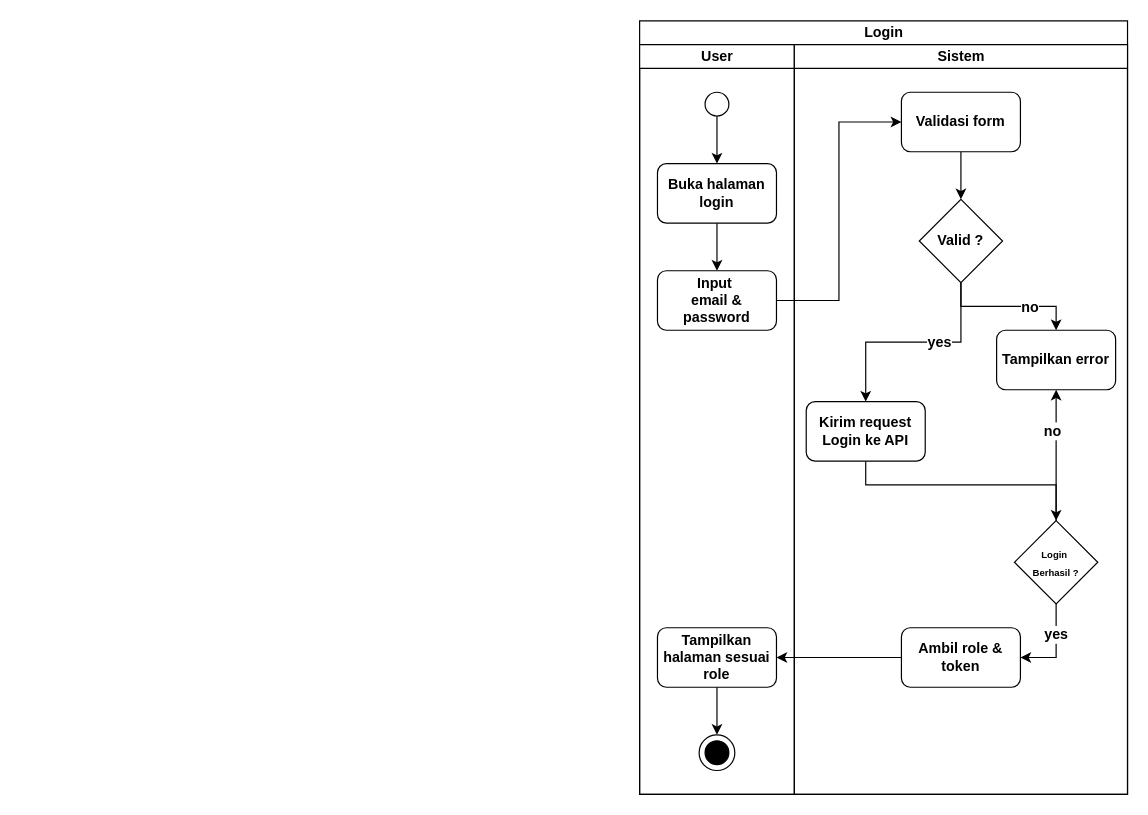
RIOKOWI/warmindo_purnama_flutter keeps this draw.io diagram as page "login" (19 of 19) of assets/uml/activity-diagram.drawio. Above is the earlier version. Source tidied: cells renumbered, new cells numbered last; positions are measured from the earlier drawing's top-left corner, leaving out a move shared by most shapes. Both pictures are drawn from the tidied source at 119%, with x=0, y=0 at pixel (20, 20).
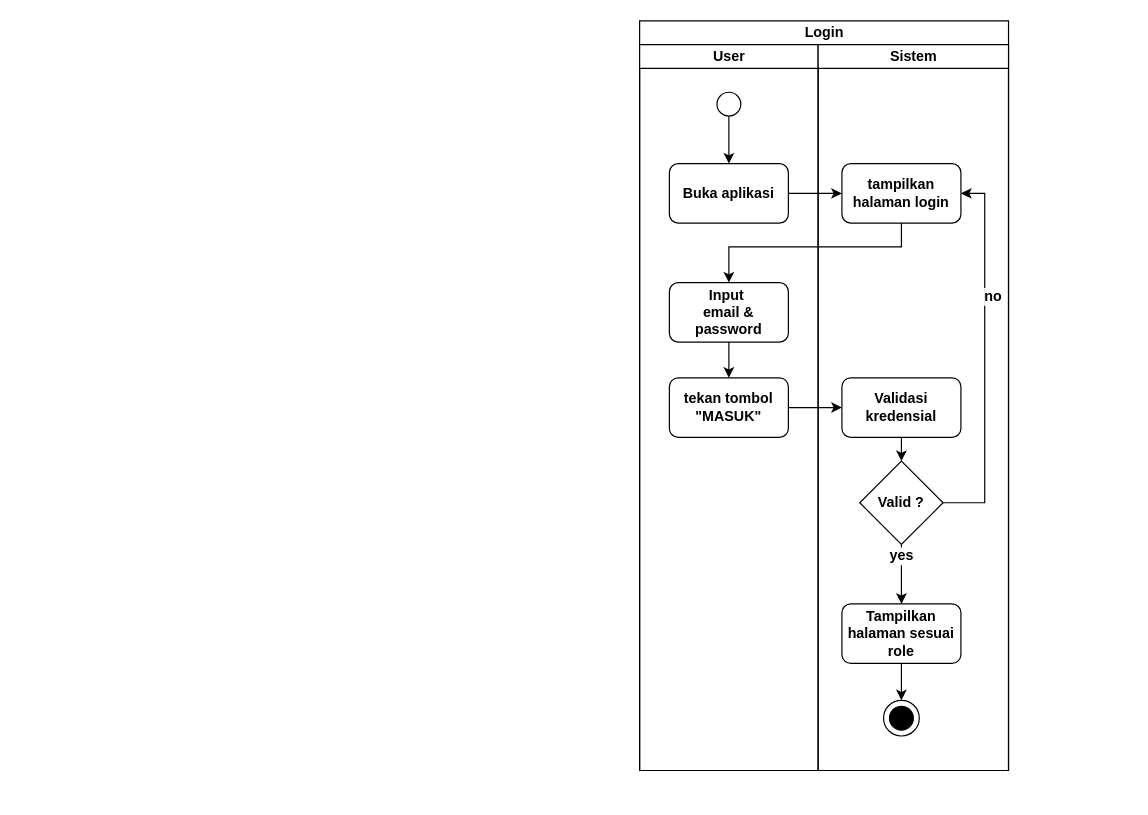
The same diagram, later.

Commit message (it also covers changes not shown here):
docs(uml): refactor activity diagram login

Diff of the diagram source:
```diff
@@
     <mxCell id="3" value="Login" style="swimlane;startSize=20;html=1;" parent="1" vertex="1">
-      <mxGeometry x="520" width="410" height="650" as="geometry" />
+      <mxGeometry x="520" width="310" height="630" as="geometry" />
     </mxCell>
     <mxCell id="4" value="User" style="swimlane;startSize=20;html=1;" parent="3" vertex="1">
-      <mxGeometry y="20" width="130" height="630" as="geometry" />
+      <mxGeometry y="20" width="150" height="610" as="geometry" />
     </mxCell>
@@
     <mxCell id="6" style="ellipse;whiteSpace=wrap;html=1;strokeColor=default;align=center;verticalAlign=middle;fontFamily=Helvetica;fontSize=12;fontColor=default;fontStyle=1;fillColor=default;" parent="4" vertex="1">
-      <mxGeometry x="55" y="40" width="20" height="20" as="geometry" />
+      <mxGeometry x="65" y="40" width="20" height="20" as="geometry" />
     </mxCell>
     <mxCell id="7" value="Input&amp;nbsp;&lt;div&gt;email &amp;amp; password&lt;/div&gt;" style="rounded=1;whiteSpace=wrap;html=1;strokeColor=default;align=center;verticalAlign=middle;fontFamily=Helvetica;fontSize=12;fontColor=default;fontStyle=1;fillColor=default;" parent="4" vertex="1">
-      <mxGeometry x="15" y="190" width="100" height="50" as="geometry" />
+      <mxGeometry x="25" y="200" width="100" height="50" as="geometry" />
     </mxCell>
-    <mxCell id="8" style="edgeStyle=orthogonalEdgeStyle;shape=connector;rounded=0;html=1;entryX=0.5;entryY=0;entryDx=0;entryDy=0;strokeColor=default;align=center;verticalAlign=middle;fontFamily=Helvetica;fontSize=12;fontColor=default;fontStyle=1;labelBackgroundColor=default;endArrow=classic;curved=0;" parent="4" edge="1" source="9" target="11">
-      <mxGeometry relative="1" as="geometry" />
-    </mxCell>
-    <mxCell id="9" value="Tampilkan halaman sesuai role" style="rounded=1;whiteSpace=wrap;html=1;strokeColor=default;align=center;verticalAlign=middle;fontFamily=Helvetica;fontSize=12;fontColor=default;fontStyle=1;fillColor=default;" parent="4" vertex="1">
-      <mxGeometry x="15" y="490" width="100" height="50" as="geometry" />
-    </mxCell>
-    <mxCell id="10" style="group;" parent="4" vertex="1">
-      <mxGeometry x="50" y="580" width="30" height="30" as="geometry" />
-    </mxCell>
-    <mxCell id="11" style="ellipse;whiteSpace=wrap;html=1;strokeColor=default;align=center;verticalAlign=middle;fontFamily=Helvetica;fontSize=12;fontColor=default;fontStyle=1;fillColor=default;" parent="10" vertex="1">
-      <mxGeometry width="30" height="30" as="geometry" />
-    </mxCell>
-    <mxCell id="12" style="ellipse;whiteSpace=wrap;html=1;strokeColor=default;align=center;verticalAlign=middle;fontFamily=Helvetica;fontSize=12;fontColor=default;fontStyle=1;fillColor=light-dark(#000000,#000000);" parent="10" vertex="1">
-      <mxGeometry x="5" y="5" width="20" height="20" as="geometry" />
-    </mxCell>
-    <mxCell id="13" style="edgeStyle=orthogonalEdgeStyle;rounded=0;jettySize=auto;html=1;entryX=0.5;entryY=0;entryDx=0;entryDy=0;curved=0;" parent="4" edge="1" source="14" target="7">
-      <mxGeometry relative="1" as="geometry" />
-    </mxCell>
-    <mxCell id="14" value="Buka halaman&lt;div&gt;login&lt;/div&gt;" style="rounded=1;whiteSpace=wrap;html=1;strokeColor=default;align=center;verticalAlign=middle;fontFamily=Helvetica;fontSize=12;fontColor=default;fontStyle=1;fillColor=default;" parent="4" vertex="1">
-      <mxGeometry x="15" y="100" width="100" height="50" as="geometry" />
+    <mxCell id="14" value="Buka aplikasi" style="rounded=1;whiteSpace=wrap;html=1;strokeColor=default;align=center;verticalAlign=middle;fontFamily=Helvetica;fontSize=12;fontColor=default;fontStyle=1;fillColor=default;" parent="4" vertex="1">
+      <mxGeometry x="25" y="100" width="100" height="50" as="geometry" />
     </mxCell>
+    <mxCell id="34" value="tekan tombol&lt;div&gt;&quot;MASUK&quot;&lt;/div&gt;" style="rounded=1;whiteSpace=wrap;html=1;strokeColor=default;align=center;verticalAlign=middle;fontFamily=Helvetica;fontSize=12;fontColor=default;fontStyle=1;fillColor=default;" parent="4" vertex="1">
+      <mxGeometry x="25" y="280" width="100" height="50" as="geometry" />
+    </mxCell>
+    <mxCell id="32" style="edgeStyle=orthogonalEdgeStyle;shape=connector;rounded=0;html=1;entryX=0.5;entryY=0;entryDx=0;entryDy=0;strokeColor=default;align=center;verticalAlign=middle;fontFamily=Helvetica;fontSize=12;fontColor=default;fontStyle=1;labelBackgroundColor=default;endArrow=classic;curved=0;" parent="4" edge="1" source="7" target="34">
+      <mxGeometry relative="1" as="geometry" />
+    </mxCell>
     <mxCell id="15" value="Sistem" style="swimlane;startSize=20;html=1;" parent="3" vertex="1">
-      <mxGeometry x="130" y="20" width="280" height="630" as="geometry" />
+      <mxGeometry x="150" y="20" width="160" height="610" as="geometry" />
     </mxCell>
@@
     <mxCell id="18" value="Valid ?" style="rhombus;whiteSpace=wrap;html=1;strokeColor=default;align=center;verticalAlign=middle;fontFamily=Helvetica;fontSize=12;fontColor=default;fontStyle=1;fillColor=default;" parent="15" vertex="1">
-      <mxGeometry x="105" y="130" width="70" height="70" as="geometry" />
+      <mxGeometry x="35" y="350" width="70" height="70" as="geometry" />
     </mxCell>
@@
-    <mxCell id="20" value="Validasi form" style="rounded=1;whiteSpace=wrap;html=1;strokeColor=default;align=center;verticalAlign=middle;fontFamily=Helvetica;fontSize=12;fontColor=default;fontStyle=1;fillColor=default;" parent="15" vertex="1">
-      <mxGeometry x="90" y="40" width="100" height="50" as="geometry" />
+    <mxCell id="20" value="Validasi kredensial" style="rounded=1;whiteSpace=wrap;html=1;strokeColor=default;align=center;verticalAlign=middle;fontFamily=Helvetica;fontSize=12;fontColor=default;fontStyle=1;fillColor=default;" parent="15" vertex="1">
+      <mxGeometry x="20" y="280" width="100" height="50" as="geometry" />
     </mxCell>
-    <mxCell id="21" value="Tampilkan error" style="rounded=1;whiteSpace=wrap;html=1;strokeColor=default;align=center;verticalAlign=middle;fontFamily=Helvetica;fontSize=12;fontColor=default;fontStyle=1;fillColor=default;" parent="15" vertex="1">
-      <mxGeometry x="170" y="240" width="100" height="50" as="geometry" />
-    </mxCell>
-    <mxCell id="22" style="edgeStyle=orthogonalEdgeStyle;shape=connector;rounded=0;html=1;strokeColor=default;align=center;verticalAlign=middle;fontFamily=Helvetica;fontSize=12;fontColor=default;fontStyle=1;labelBackgroundColor=default;endArrow=classic;curved=0;" parent="15" edge="1" source="23" target="28">
-      <mxGeometry relative="1" as="geometry">
-        <Array as="points">
-          <mxPoint x="60" y="370" />
-          <mxPoint x="220" y="370" />
-        </Array>
-      </mxGeometry>
-    </mxCell>
+    <mxCell id="35" style="edgeStyle=orthogonalEdgeStyle;shape=connector;curved=0;rounded=0;html=1;entryX=0.5;entryY=0;entryDx=0;entryDy=0;strokeColor=default;align=center;verticalAlign=middle;fontFamily=Helvetica;fontSize=12;fontColor=default;fontStyle=1;labelBackgroundColor=default;endArrow=classic;" parent="15" edge="1" source="23" target="11">
+      <mxGeometry relative="1" as="geometry" />
+    </mxCell>
-    <mxCell id="23" value="Kirim request Login ke API" style="rounded=1;whiteSpace=wrap;html=1;strokeColor=default;align=center;verticalAlign=middle;fontFamily=Helvetica;fontSize=12;fontColor=default;fontStyle=1;fillColor=default;" parent="15" vertex="1">
-      <mxGeometry x="10" y="300" width="100" height="50" as="geometry" />
+    <mxCell id="23" value="Tampilkan halaman sesuai role" style="rounded=1;whiteSpace=wrap;html=1;strokeColor=default;align=center;verticalAlign=middle;fontFamily=Helvetica;fontSize=12;fontColor=default;fontStyle=1;fillColor=default;" parent="15" vertex="1">
+      <mxGeometry x="20" y="470" width="100" height="50" as="geometry" />
     </mxCell>
-    <mxCell id="24" style="edgeStyle=orthogonalEdgeStyle;shape=connector;rounded=0;html=1;entryX=0.5;entryY=1;entryDx=0;entryDy=0;strokeColor=default;align=center;verticalAlign=middle;fontFamily=Helvetica;fontSize=12;fontColor=default;fontStyle=1;labelBackgroundColor=default;endArrow=classic;curved=0;" parent="15" edge="1" source="28" target="21">
-      <mxGeometry relative="1" as="geometry" />
-    </mxCell>
-    <mxCell id="25" value="no" style="edgeLabel;html=1;align=center;verticalAlign=middle;fontFamily=Helvetica;fontSize=12;fontColor=default;fontStyle=1;labelBackgroundColor=default;" parent="24" vertex="1">
-      <mxGeometry x="0.38" y="4" relative="1" as="geometry" />
-    </mxCell>
-    <mxCell id="26" style="edgeStyle=orthogonalEdgeStyle;shape=connector;rounded=0;html=1;entryX=1;entryY=0.5;entryDx=0;entryDy=0;strokeColor=default;align=center;verticalAlign=middle;fontFamily=Helvetica;fontSize=12;fontColor=default;fontStyle=1;labelBackgroundColor=default;endArrow=classic;curved=0;" parent="15" edge="1" source="28" target="29">
-      <mxGeometry relative="1" as="geometry" />
-    </mxCell>
-    <mxCell id="27" value="yes" style="edgeLabel;html=1;align=center;verticalAlign=middle;fontFamily=Helvetica;fontSize=12;fontColor=default;fontStyle=1;labelBackgroundColor=default;" parent="26" vertex="1">
-      <mxGeometry x="-0.33" y="-1" relative="1" as="geometry" />
-    </mxCell>
-    <mxCell id="28" value="&lt;font style=&quot;font-size: 8px;&quot;&gt;Login&amp;nbsp;&lt;/font&gt;&lt;div&gt;&lt;font style=&quot;font-size: 8px;&quot;&gt;Berhasil ?&lt;/font&gt;&lt;/div&gt;" style="rhombus;whiteSpace=wrap;html=1;strokeColor=default;align=center;verticalAlign=middle;fontFamily=Helvetica;fontSize=12;fontColor=default;fontStyle=1;fillColor=default;" parent="15" vertex="1">
-      <mxGeometry x="185" y="400" width="70" height="70" as="geometry" />
-    </mxCell>
-    <mxCell id="29" value="Ambil role &amp;amp; token" style="rounded=1;whiteSpace=wrap;html=1;strokeColor=default;align=center;verticalAlign=middle;fontFamily=Helvetica;fontSize=12;fontColor=default;fontStyle=1;fillColor=default;" parent="15" vertex="1">
-      <mxGeometry x="90" y="490" width="100" height="50" as="geometry" />
-    </mxCell>
-    <mxCell id="30" style="edgeStyle=orthogonalEdgeStyle;shape=connector;rounded=0;html=1;entryX=0.5;entryY=0;entryDx=0;entryDy=0;strokeColor=default;align=center;verticalAlign=middle;fontFamily=Helvetica;fontSize=12;fontColor=default;fontStyle=1;labelBackgroundColor=default;endArrow=classic;curved=0;" parent="15" edge="1" source="18" target="21">
-      <mxGeometry relative="1" as="geometry" />
+    <mxCell id="30" style="edgeStyle=orthogonalEdgeStyle;shape=connector;rounded=0;html=1;entryX=1;entryY=0.5;entryDx=0;entryDy=0;strokeColor=default;align=center;verticalAlign=middle;fontFamily=Helvetica;fontSize=12;fontColor=default;fontStyle=1;labelBackgroundColor=default;endArrow=classic;curved=0;exitX=1;exitY=0.5;exitDx=0;exitDy=0;" parent="15" edge="1" source="18" target="36">
+      <mxGeometry relative="1" as="geometry">
+        <Array as="points">
+          <mxPoint x="140" y="385" />
+          <mxPoint x="140" y="125" />
+        </Array>
+      </mxGeometry>
     </mxCell>
@@
-    <mxCell id="32" style="edgeStyle=orthogonalEdgeStyle;shape=connector;rounded=0;html=1;entryX=0;entryY=0.5;entryDx=0;entryDy=0;strokeColor=default;align=center;verticalAlign=middle;fontFamily=Helvetica;fontSize=12;fontColor=default;fontStyle=1;labelBackgroundColor=default;endArrow=classic;curved=0;" parent="3" edge="1" source="7" target="20">
-      <mxGeometry relative="1" as="geometry" />
-    </mxCell>
-    <mxCell id="33" style="edgeStyle=orthogonalEdgeStyle;shape=connector;rounded=0;html=1;entryX=1;entryY=0.5;entryDx=0;entryDy=0;strokeColor=default;align=center;verticalAlign=middle;fontFamily=Helvetica;fontSize=12;fontColor=default;fontStyle=1;labelBackgroundColor=default;endArrow=classic;curved=0;" parent="3" edge="1" source="29" target="9">
-      <mxGeometry relative="1" as="geometry" />
-    </mxCell>
+    <mxCell id="36" value="tampilkan halaman login" style="rounded=1;whiteSpace=wrap;html=1;strokeColor=default;align=center;verticalAlign=middle;fontFamily=Helvetica;fontSize=12;fontColor=default;fontStyle=1;fillColor=default;" parent="15" vertex="1">
+      <mxGeometry x="20" y="100" width="100" height="50" as="geometry" />
+    </mxCell>
+    <mxCell id="10" style="group;" parent="15" vertex="1">
+      <mxGeometry x="55" y="551" width="30" height="30" as="geometry" />
+    </mxCell>
+    <mxCell id="11" style="ellipse;whiteSpace=wrap;html=1;strokeColor=default;align=center;verticalAlign=middle;fontFamily=Helvetica;fontSize=12;fontColor=default;fontStyle=1;fillColor=default;" parent="10" vertex="1">
+      <mxGeometry width="30" height="30" as="geometry" />
+    </mxCell>
+    <mxCell id="12" style="ellipse;whiteSpace=wrap;html=1;strokeColor=default;align=center;verticalAlign=middle;fontFamily=Helvetica;fontSize=12;fontColor=default;fontStyle=1;fillColor=light-dark(#000000,#000000);" parent="10" vertex="1">
+      <mxGeometry x="5" y="5" width="20" height="20" as="geometry" />
+    </mxCell>
+    <mxCell id="13" style="edgeStyle=orthogonalEdgeStyle;rounded=0;jettySize=auto;html=1;curved=0;entryX=0;entryY=0.5;entryDx=0;entryDy=0;" parent="3" edge="1" source="14" target="36">
+      <mxGeometry relative="1" as="geometry" />
+    </mxCell>
+    <mxCell id="37" style="edgeStyle=orthogonalEdgeStyle;html=1;entryX=0.5;entryY=0;entryDx=0;entryDy=0;rounded=0;curved=0;" parent="3" edge="1" source="36" target="7">
+      <mxGeometry relative="1" as="geometry">
+        <Array as="points">
+          <mxPoint x="220" y="190" />
+          <mxPoint x="75" y="190" />
+        </Array>
+      </mxGeometry>
+    </mxCell>
+    <mxCell id="38" style="edgeStyle=orthogonalEdgeStyle;shape=connector;curved=0;rounded=0;html=1;entryX=0;entryY=0.5;entryDx=0;entryDy=0;strokeColor=default;align=center;verticalAlign=middle;fontFamily=Helvetica;fontSize=12;fontColor=default;fontStyle=1;labelBackgroundColor=default;endArrow=classic;" parent="3" edge="1" source="34" target="20">
+      <mxGeometry relative="1" as="geometry" />
+    </mxCell>
```
